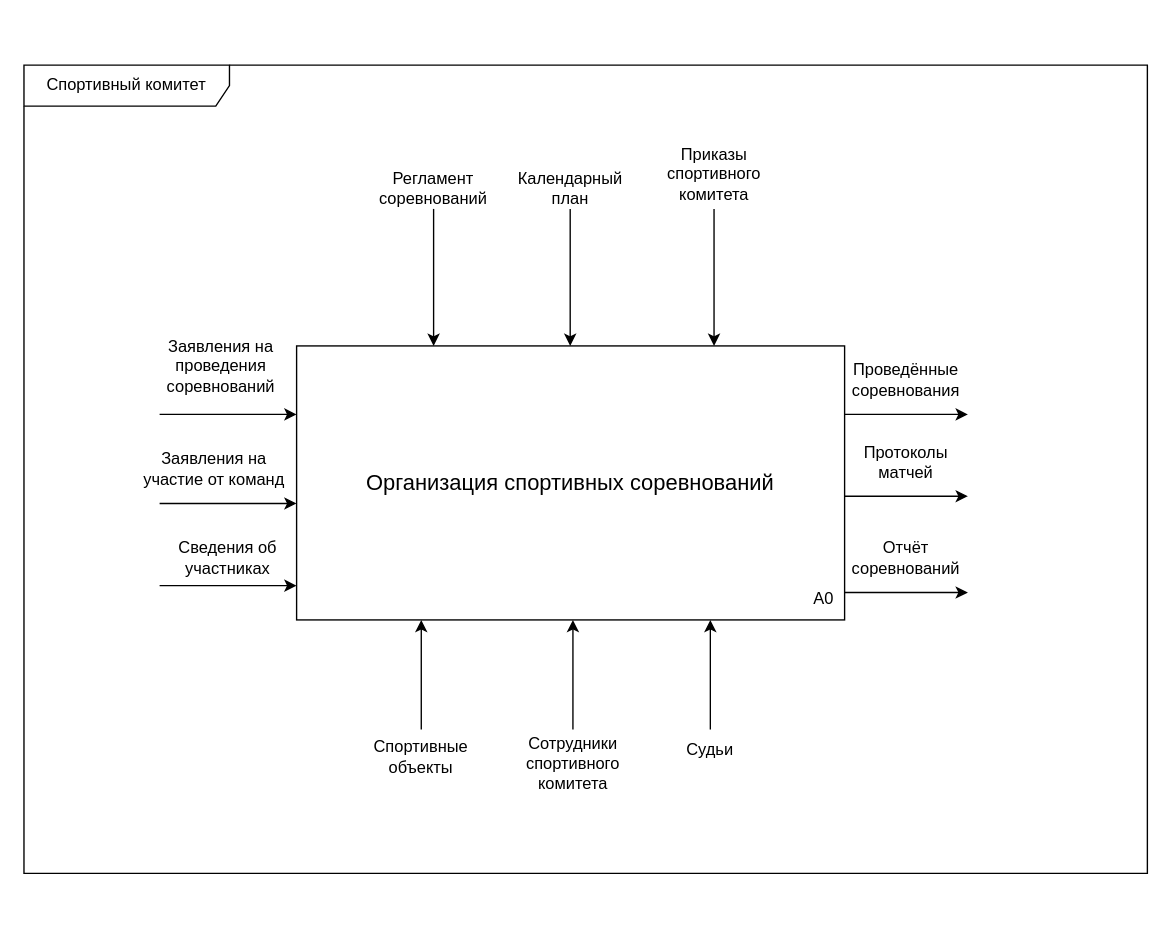
Above: page "Контекстная" (1 of 9) of Диаграммы ИС «Спортивный комитет».drawio in antonch985/Education (draw.io), before the change. Source tidied: cells renumbered, new cells numbered last; positions are measured from the earlier drawing's top-left corner, leaving out a move shared by most shapes. Both pictures are drawn from the tidied source at 137%, with x=0, y=0 at pixel (23, 64).
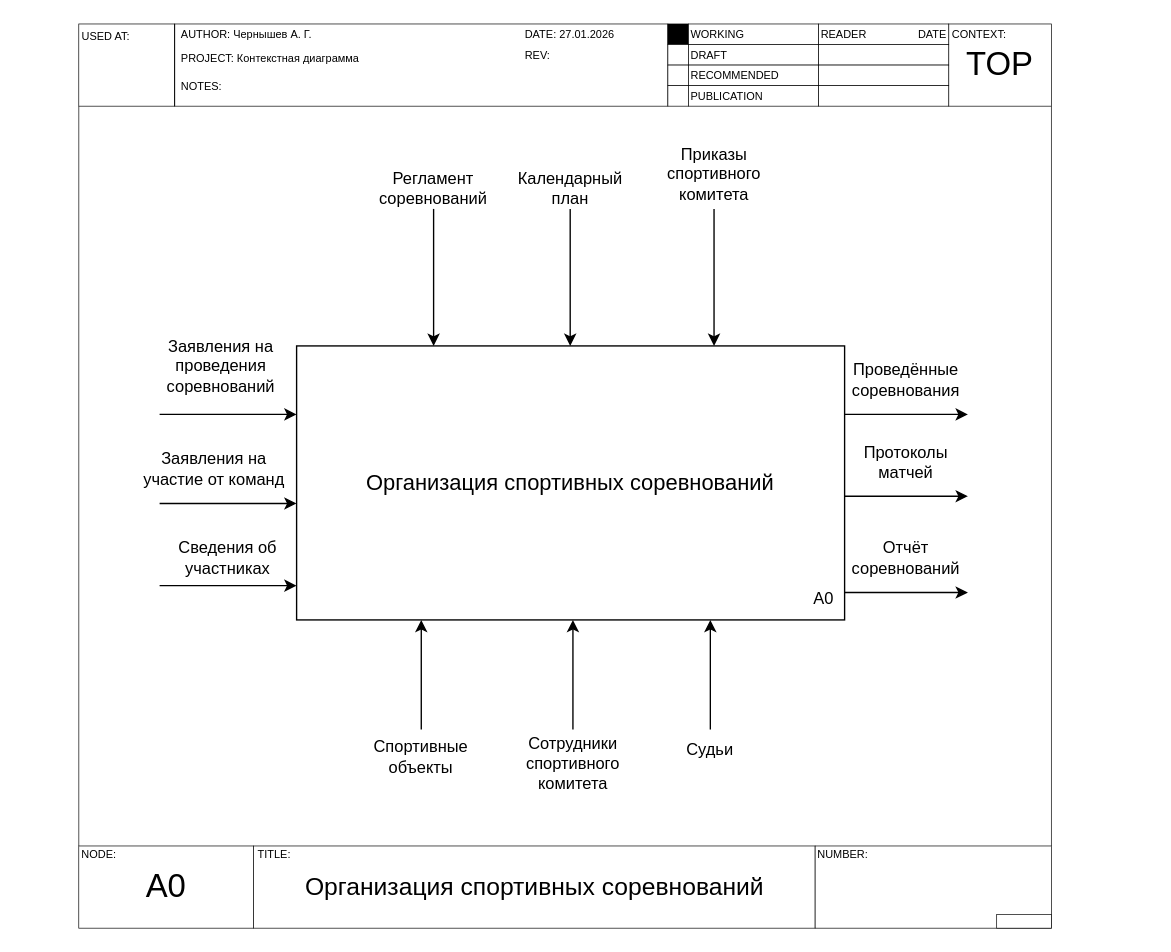
Above is the later version.

What changed in the source:
```diff
@@
+    <mxCell id="29" value="TOP" style="rounded=0;whiteSpace=wrap;html=1;strokeWidth=0.5;fontSize=24;" parent="1" vertex="1">
+      <mxGeometry x="675" y="-30" width="75" height="60" as="geometry" />
+    </mxCell>
+    <mxCell id="30" style="rounded=0;whiteSpace=wrap;html=1;strokeWidth=0.5;" parent="1" vertex="1">
+      <mxGeometry x="40" y="-30" width="70" height="60" as="geometry" />
+    </mxCell>
+    <mxCell id="31" value="&lt;font&gt;A0&lt;/font&gt;" style="rounded=0;whiteSpace=wrap;html=1;strokeWidth=0.5;fontSize=24;" parent="1" vertex="1">
+      <mxGeometry x="40" y="570" width="127.5" height="60" as="geometry" />
+    </mxCell>
+    <mxCell id="32" value="Организация спортивных соревнований" style="rounded=0;whiteSpace=wrap;html=1;strokeWidth=0.5;fontSize=18;" parent="1" vertex="1">
+      <mxGeometry x="167.5" y="570" width="410" height="60" as="geometry" />
+    </mxCell>
+    <mxCell id="33" style="rounded=0;whiteSpace=wrap;html=1;strokeWidth=0.5;fontSize=24;" parent="1" vertex="1">
+      <mxGeometry x="577.5" y="570" width="172.5" height="60" as="geometry" />
+    </mxCell>
@@
-    <mxCell id="28" value="Спортивный комитет" style="shape=umlFrame;whiteSpace=wrap;html=1;width=150;height=30;" parent="1" vertex="1">
-      <mxGeometry width="820" height="590" as="geometry" />
-    </mxCell>
+    <mxCell id="34" style="rounded=0;whiteSpace=wrap;html=1;strokeWidth=0.5;" parent="1" vertex="1">
+      <mxGeometry x="110" y="-30" width="360" height="60" as="geometry" />
+    </mxCell>
+    <mxCell id="35" value="&lt;font style=&quot;font-size: 8px;&quot;&gt;USED AT:&lt;/font&gt;" style="text;html=1;whiteSpace=wrap;strokeColor=none;fillColor=none;align=center;verticalAlign=middle;rounded=0;strokeWidth=0.5;" parent="1" vertex="1">
+      <mxGeometry x="40" y="-27.5" width="40" height="10" as="geometry" />
+    </mxCell>
+    <mxCell id="36" style="endArrow=none;html=1;rounded=0;strokeWidth=0.5;align=left;" parent="1" edge="1">
+      <mxGeometry relative="1" as="geometry">
+        <mxPoint x="110" y="30" as="sourcePoint" />
+        <mxPoint x="110" y="-30" as="targetPoint" />
+      </mxGeometry>
+    </mxCell>
+    <mxCell id="37" value="&lt;font&gt;DATE: 27.01.2026&lt;/font&gt;" style="text;html=1;whiteSpace=wrap;strokeColor=none;fillColor=none;align=left;verticalAlign=middle;rounded=0;strokeWidth=0.5;fontSize=8;" parent="1" vertex="1">
+      <mxGeometry x="364" y="-27.5" width="106" height="10" as="geometry" />
+    </mxCell>
+    <mxCell id="38" value="&lt;span&gt;PROJECT: Контекстная диаграмма&lt;/span&gt;" style="text;html=1;whiteSpace=wrap;strokeColor=none;fillColor=none;align=left;verticalAlign=middle;rounded=0;strokeWidth=0.5;fontSize=8;" parent="1" vertex="1">
+      <mxGeometry x="112.5" y="-10" width="187.5" height="10" as="geometry" />
+    </mxCell>
+    <mxCell id="39" value="&lt;span&gt;NOTES:&lt;/span&gt;" style="text;html=1;whiteSpace=wrap;strokeColor=none;fillColor=none;align=left;verticalAlign=middle;rounded=0;strokeWidth=0.5;fontSize=8;" parent="1" vertex="1">
+      <mxGeometry x="112.5" y="10" width="187.5" height="12.5" as="geometry" />
+    </mxCell>
+    <mxCell id="40" value="&lt;font&gt;REV:&lt;/font&gt;" style="text;html=1;whiteSpace=wrap;strokeColor=none;fillColor=none;align=left;verticalAlign=middle;rounded=0;strokeWidth=0.5;fontSize=8;" parent="1" vertex="1">
+      <mxGeometry x="364" y="-11.2" width="106" height="7.5" as="geometry" />
+    </mxCell>
+    <mxCell id="41" value="&lt;span&gt;AUTHOR: Чернышев А. Г.&lt;/span&gt;" style="text;html=1;whiteSpace=wrap;strokeColor=none;fillColor=none;align=left;verticalAlign=middle;rounded=0;strokeWidth=0.5;fontSize=8;" parent="1" vertex="1">
+      <mxGeometry x="112.5" y="-27.5" width="187.5" height="10" as="geometry" />
+    </mxCell>
+    <mxCell id="42" style="rounded=0;whiteSpace=wrap;html=1;strokeWidth=0.5;align=left;fillColor=#000000;" parent="1" vertex="1">
+      <mxGeometry x="470" y="-30" width="15" height="15" as="geometry" />
+    </mxCell>
+    <mxCell id="43" style="rounded=0;whiteSpace=wrap;html=1;strokeWidth=0.5;align=left;" parent="1" vertex="1">
+      <mxGeometry x="470" y="-15" width="15" height="15" as="geometry" />
+    </mxCell>
+    <mxCell id="44" style="rounded=0;whiteSpace=wrap;html=1;strokeWidth=0.5;align=left;" parent="1" vertex="1">
+      <mxGeometry x="470" width="15" height="15" as="geometry" />
+    </mxCell>
+    <mxCell id="45" style="rounded=0;whiteSpace=wrap;html=1;strokeWidth=0.5;align=left;" parent="1" vertex="1">
+      <mxGeometry x="470" y="15" width="15" height="15" as="geometry" />
+    </mxCell>
+    <mxCell id="46" value="WORKING" style="rounded=0;whiteSpace=wrap;html=1;strokeWidth=0.5;fontSize=8;align=left;" parent="1" vertex="1">
+      <mxGeometry x="485" y="-30" width="95" height="15" as="geometry" />
+    </mxCell>
+    <mxCell id="47" value="DRAFT" style="rounded=0;whiteSpace=wrap;html=1;strokeWidth=0.5;fontSize=8;align=left;" parent="1" vertex="1">
+      <mxGeometry x="485" y="-15" width="95" height="15" as="geometry" />
+    </mxCell>
+    <mxCell id="48" value="RECOMMENDED" style="rounded=0;whiteSpace=wrap;html=1;strokeWidth=0.5;fontSize=8;align=left;" parent="1" vertex="1">
+      <mxGeometry x="485" width="95" height="15" as="geometry" />
+    </mxCell>
+    <mxCell id="49" value="PUBLICATION" style="rounded=0;whiteSpace=wrap;html=1;strokeWidth=0.5;fontSize=8;align=left;" parent="1" vertex="1">
+      <mxGeometry x="485" y="15" width="95" height="15" as="geometry" />
+    </mxCell>
+    <mxCell id="50" value="READER" style="rounded=0;whiteSpace=wrap;html=1;strokeWidth=0.5;fontSize=8;align=left;" parent="1" vertex="1">
+      <mxGeometry x="580" y="-30" width="95" height="15" as="geometry" />
+    </mxCell>
+    <mxCell id="51" style="rounded=0;whiteSpace=wrap;html=1;strokeWidth=0.5;align=left;" parent="1" vertex="1">
+      <mxGeometry x="580" y="-15" width="95" height="15" as="geometry" />
+    </mxCell>
+    <mxCell id="52" style="rounded=0;whiteSpace=wrap;html=1;strokeWidth=0.5;align=left;" parent="1" vertex="1">
+      <mxGeometry x="580" width="95" height="15" as="geometry" />
+    </mxCell>
+    <mxCell id="53" style="rounded=0;whiteSpace=wrap;html=1;strokeWidth=0.5;align=left;" parent="1" vertex="1">
+      <mxGeometry x="580" y="15" width="95" height="15" as="geometry" />
+    </mxCell>
+    <mxCell id="54" value="DATE" style="text;html=1;whiteSpace=wrap;strokeColor=none;fillColor=none;align=left;verticalAlign=middle;rounded=0;fontSize=8;" parent="1" vertex="1">
+      <mxGeometry x="651.2" y="-27.5" width="23.8" height="10" as="geometry" />
+    </mxCell>
+    <mxCell id="55" value="CONTEXT:" style="text;html=1;whiteSpace=wrap;strokeColor=none;fillColor=none;align=center;verticalAlign=middle;rounded=0;fontSize=8;" parent="1" vertex="1">
+      <mxGeometry x="675" y="-27.5" width="45" height="10" as="geometry" />
+    </mxCell>
+    <mxCell id="56" value="&lt;font style=&quot;font-size: 8px;&quot;&gt;NODE:&lt;/font&gt;" style="text;html=1;whiteSpace=wrap;strokeColor=none;fillColor=none;align=center;verticalAlign=middle;rounded=0;" parent="1" vertex="1">
+      <mxGeometry x="40" y="570" width="30" height="10" as="geometry" />
+    </mxCell>
+    <mxCell id="57" value="&lt;span style=&quot;font-size: 8px;&quot;&gt;TITLE:&lt;/span&gt;" style="text;html=1;whiteSpace=wrap;strokeColor=none;fillColor=none;align=center;verticalAlign=middle;rounded=0;" parent="1" vertex="1">
+      <mxGeometry x="167.5" y="570" width="30" height="10" as="geometry" />
+    </mxCell>
+    <mxCell id="58" value="&lt;span style=&quot;font-size: 8px;&quot;&gt;NUMBER:&lt;/span&gt;" style="text;html=1;whiteSpace=wrap;strokeColor=none;fillColor=none;align=center;verticalAlign=middle;rounded=0;" parent="1" vertex="1">
+      <mxGeometry x="577.5" y="570" width="40" height="10" as="geometry" />
+    </mxCell>
+    <mxCell id="59" style="rounded=0;whiteSpace=wrap;html=1;strokeWidth=0.5;" parent="1" vertex="1">
+      <mxGeometry x="710" y="620" width="40" height="10" as="geometry" />
+    </mxCell>
+    <mxCell id="60" style="endArrow=none;html=1;rounded=0;strokeWidth=0.5;exitX=0;exitY=0;exitDx=0;exitDy=0;entryX=0;entryY=1;entryDx=0;entryDy=0;" parent="1" edge="1" source="31" target="30">
+      <mxGeometry relative="1" as="geometry" />
+    </mxCell>
+    <mxCell id="61" style="endArrow=none;html=1;rounded=0;strokeWidth=0.5;entryX=1;entryY=1;entryDx=0;entryDy=0;exitX=1;exitY=0;exitDx=0;exitDy=0;" parent="1" edge="1" source="33" target="29">
+      <mxGeometry relative="1" as="geometry" />
+    </mxCell>
```
